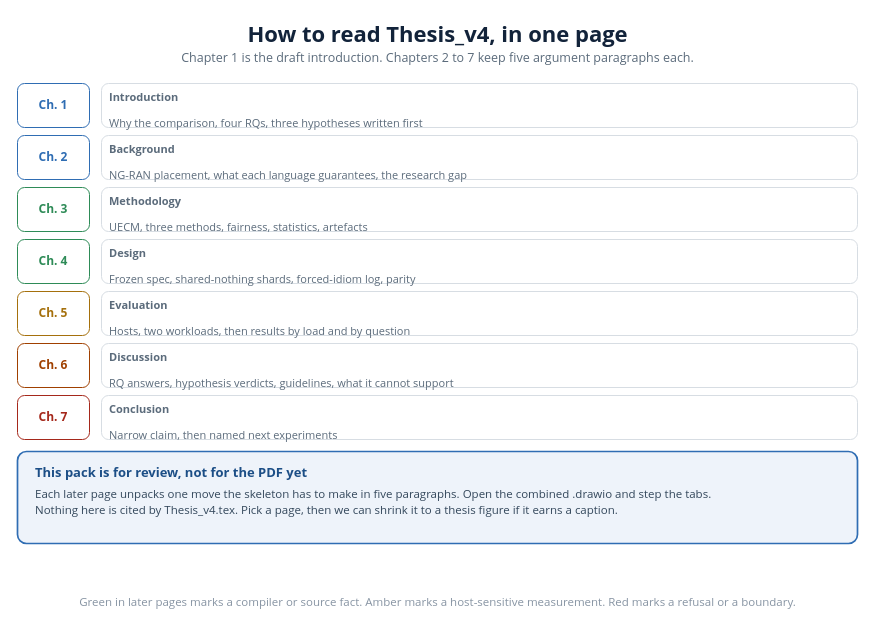
The draw.io diagram diagrams/review/30_how_to_read.drawio in VienThanh12/Master-Thesis, before the edit. Source tidied: cells renumbered, new cells numbered last; positions are measured from the earlier drawing's top-left corner, leaving out a move shared by most shapes. Both pictures are drawn from the tidied source at 100%, with x=0, y=0 at pixel (17, 16).
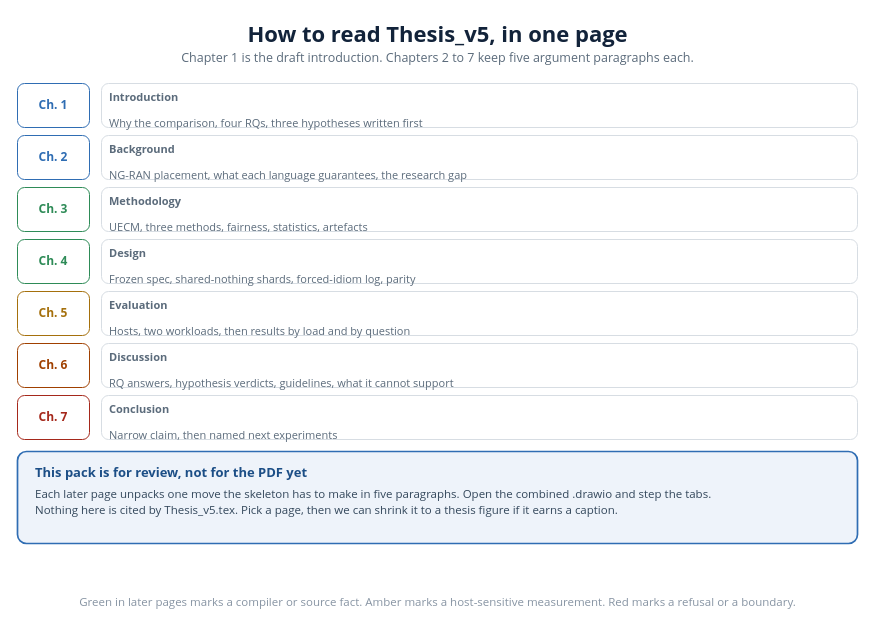
The same diagram, later.

Change to the diagram source:
```diff
@@
-    <mxCell id="2" value="How to read Thesis_v4, in one page" style="text;html=1;strokeColor=none;fillColor=none;whiteSpace=nowrap;align=center;verticalAlign=middle;fontSize=22;fontColor=#12233a;fontFamily=Segoe UI;fontStyle=1;" parent="1" vertex="1">
+    <mxCell id="2" value="How to read Thesis_v5, in one page" style="text;html=1;strokeColor=none;fillColor=none;whiteSpace=nowrap;align=center;verticalAlign=middle;fontSize=22;fontColor=#12233a;fontFamily=Segoe UI;fontStyle=1;" parent="1" vertex="1">
       <mxGeometry x="216.2" y="0.1" width="407.7" height="33" as="geometry" />
     </mxCell>
@@
-    <mxCell id="21" value="Nothing here is cited by Thesis_v4.tex. Pick a page, then we can shrink it to a thesis figure if it earns a caption." style="text;html=1;strokeColor=none;fillColor=none;whiteSpace=nowrap;align=left;verticalAlign=middle;fontSize=11.5;fontColor=#33475b;fontFamily=Segoe UI;" parent="1" vertex="1">
+    <mxCell id="21" value="Nothing here is cited by Thesis_v5.tex. Pick a page, then we can shrink it to a thesis figure if it earns a caption." style="text;html=1;strokeColor=none;fillColor=none;whiteSpace=nowrap;align=left;verticalAlign=middle;fontSize=11.5;fontColor=#33475b;fontFamily=Segoe UI;" parent="1" vertex="1">
       <mxGeometry x="16" y="484.1" width="727" height="17.2" as="geometry" />
     </mxCell>
```
